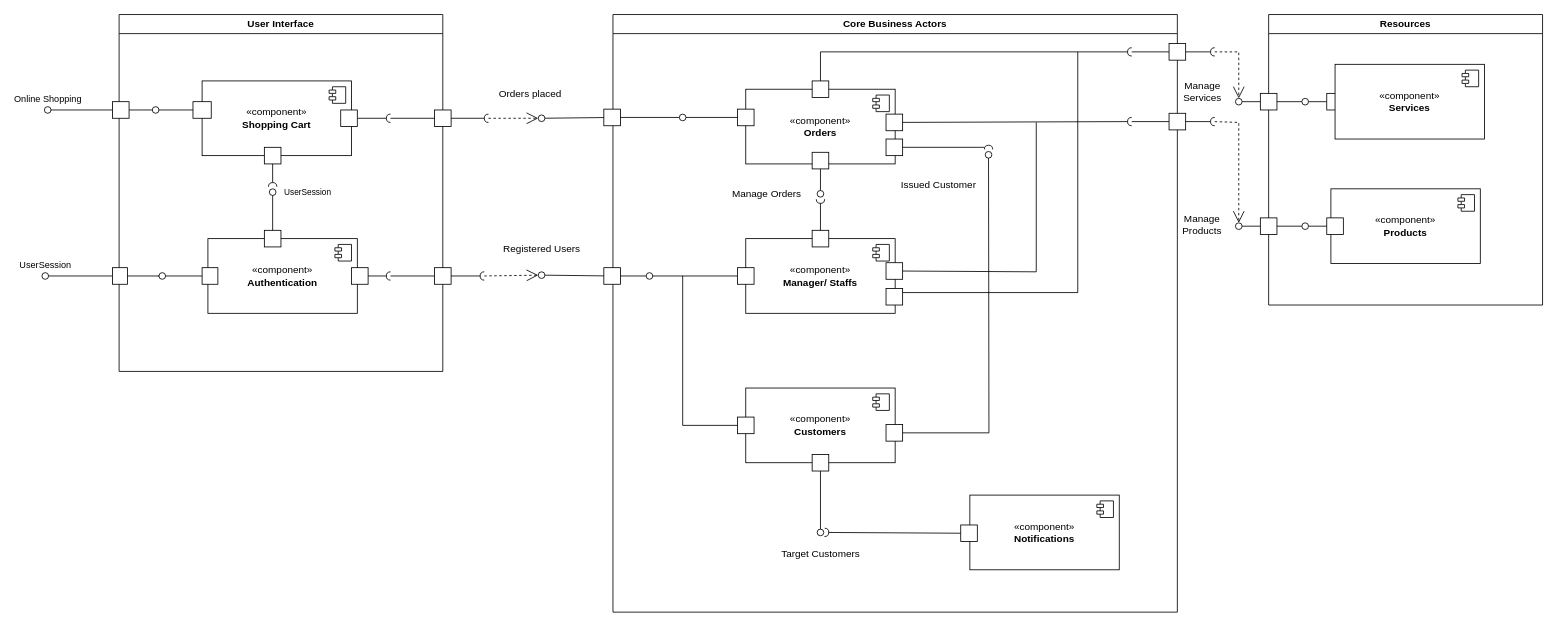
This is petspa-component-diagram.drawio from blueonline07/auth-demo, a draw.io file, before an edit. Source tidied: cells renumbered, new cells numbered last; positions are measured from the earlier drawing's top-left corner, leaving out a move shared by most shapes. Both pictures are drawn from the tidied source at 83%, with x=0, y=0 at pixel (42, 14).
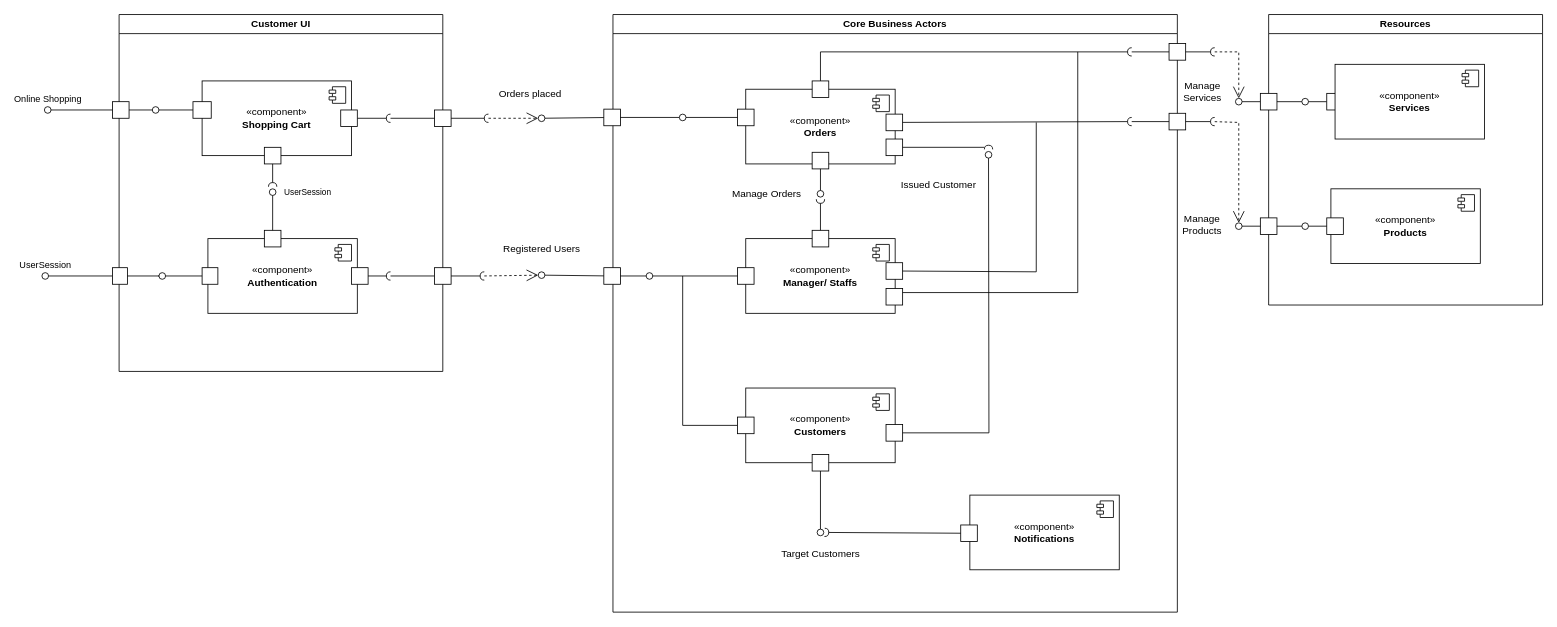
The same page after the edit.

What changed in the source:
```diff
@@
-    <mxCell id="2" value="User Interface" style="swimlane;whiteSpace=wrap;html=1;" parent="1" vertex="1">
+    <mxCell id="2" value="Customer UI" style="swimlane;whiteSpace=wrap;html=1;" parent="1" vertex="1">
       <mxGeometry x="93" width="390" height="430" as="geometry" />
     </mxCell>
```
